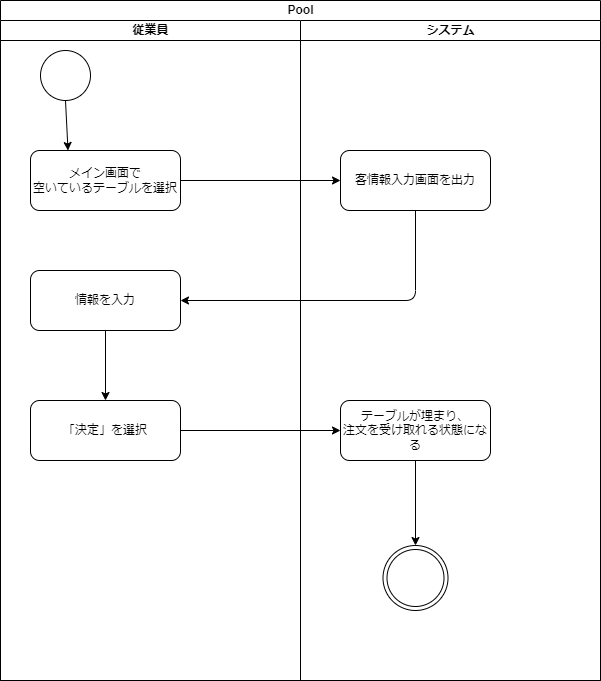
MasakiHiguchi/--- keeps this draw.io diagram as psp4/アクティビティ図_新規客.drawio.png. Above is the earlier version. Source tidied: cells renumbered, new cells last; positions are measured from the earlier drawing's top-left corner, leaving out a move shared by most shapes. Its diagram source:
```xml
<mxGraphModel>
  <root>
    <mxCell id="0" />
    <mxCell id="1" parent="0" />
    <mxCell id="2" value="Pool" style="swimlane;startSize=20;html=1;" parent="1" vertex="1">
      <mxGeometry width="600" height="680" as="geometry" />
    </mxCell>
    <mxCell id="3" value="従業員" style="swimlane;startSize=20;html=1;" parent="2" vertex="1">
      <mxGeometry y="20" width="300" height="660" as="geometry" />
    </mxCell>
    <mxCell id="4" style="ellipse;whiteSpace=wrap;html=1;" parent="3" vertex="1">
      <mxGeometry x="40" y="30" width="50" height="50" as="geometry" />
    </mxCell>
    <mxCell id="5" value="メイン画面で&lt;br&gt;空いているテーブルを選択" style="rounded=1;whiteSpace=wrap;html=1;" parent="3" vertex="1">
      <mxGeometry x="30" y="130" width="150" height="60" as="geometry" />
    </mxCell>
    <mxCell id="6" style="endArrow=classic;html=1;exitX=0.5;exitY=1;exitDx=0;exitDy=0;entryX=0.25;entryY=0;entryDx=0;entryDy=0;" parent="3" edge="1" source="4" target="5">
      <mxGeometry relative="1" as="geometry" />
    </mxCell>
    <mxCell id="7" value="情報を入力" style="rounded=1;whiteSpace=wrap;html=1;" parent="3" vertex="1">
      <mxGeometry x="30" y="250" width="150" height="60" as="geometry" />
    </mxCell>
    <mxCell id="8" value="「決定」を選択" style="rounded=1;whiteSpace=wrap;html=1;" parent="3" vertex="1">
      <mxGeometry x="30" y="380" width="150" height="60" as="geometry" />
    </mxCell>
    <mxCell id="9" style="endArrow=classic;html=1;entryX=0.5;entryY=0;entryDx=0;entryDy=0;exitX=0.5;exitY=1;exitDx=0;exitDy=0;" parent="3" edge="1" source="7" target="8">
      <mxGeometry relative="1" as="geometry" />
    </mxCell>
    <mxCell id="10" value="システム" style="swimlane;startSize=20;html=1;" parent="2" vertex="1">
      <mxGeometry x="300" y="20" width="300" height="660" as="geometry" />
    </mxCell>
    <mxCell id="11" value="客情報入力画面を出力" style="rounded=1;whiteSpace=wrap;html=1;" parent="10" vertex="1">
      <mxGeometry x="40" y="130" width="150" height="60" as="geometry" />
    </mxCell>
    <mxCell id="12" value="テーブルが埋まり、&lt;br&gt;注文を受け取れる状態になる" style="rounded=1;whiteSpace=wrap;html=1;" parent="10" vertex="1">
      <mxGeometry x="40" y="380" width="150" height="60" as="geometry" />
    </mxCell>
    <mxCell id="13" style="ellipse;shape=doubleEllipse;whiteSpace=wrap;html=1;" parent="10" vertex="1">
      <mxGeometry x="82.5" y="525" width="65" height="65" as="geometry" />
    </mxCell>
    <mxCell id="14" style="endArrow=classic;html=1;exitX=0.5;exitY=1;exitDx=0;exitDy=0;entryX=0.5;entryY=0;entryDx=0;entryDy=0;" parent="10" edge="1" source="12" target="13">
      <mxGeometry relative="1" as="geometry" />
    </mxCell>
    <mxCell id="15" style="endArrow=classic;html=1;exitX=0.5;exitY=1;exitDx=0;exitDy=0;entryX=1;entryY=0.5;entryDx=0;entryDy=0;" parent="2" edge="1" source="11" target="7">
      <mxGeometry relative="1" as="geometry">
        <Array as="points">
          <mxPoint x="415" y="300" />
        </Array>
      </mxGeometry>
    </mxCell>
    <mxCell id="16" style="endArrow=classic;html=1;exitX=1;exitY=0.5;exitDx=0;exitDy=0;entryX=0;entryY=0.5;entryDx=0;entryDy=0;" parent="2" edge="1" source="8" target="12">
      <mxGeometry relative="1" as="geometry" />
    </mxCell>
    <mxCell id="17" style="endArrow=classic;html=1;exitX=1;exitY=0.5;exitDx=0;exitDy=0;" parent="1" edge="1" source="5">
      <mxGeometry relative="1" as="geometry">
        <mxPoint x="340" y="180" as="targetPoint" />
      </mxGeometry>
    </mxCell>
  </root>
</mxGraphModel>
```
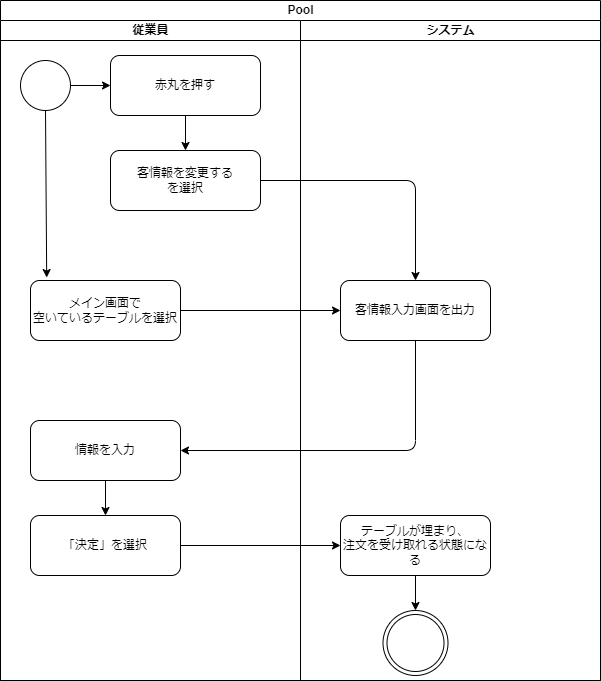
Above is the later version.

Commit message:
赤丸選択した条件を追加

The edit, as a diff of the source:
```diff
@@ -9,34 +9,46 @@
       <mxGeometry y="20" width="300" height="660" as="geometry" />
     </mxCell>
     <mxCell id="4" style="ellipse;whiteSpace=wrap;html=1;" parent="3" vertex="1">
-      <mxGeometry x="40" y="30" width="50" height="50" as="geometry" />
+      <mxGeometry x="20" y="40" width="50" height="50" as="geometry" />
     </mxCell>
     <mxCell id="5" value="メイン画面で&lt;br&gt;空いているテーブルを選択" style="rounded=1;whiteSpace=wrap;html=1;" parent="3" vertex="1">
-      <mxGeometry x="30" y="130" width="150" height="60" as="geometry" />
+      <mxGeometry x="30" y="260" width="150" height="60" as="geometry" />
     </mxCell>
-    <mxCell id="6" style="endArrow=classic;html=1;exitX=0.5;exitY=1;exitDx=0;exitDy=0;entryX=0.25;entryY=0;entryDx=0;entryDy=0;" parent="3" edge="1" source="4" target="5">
+    <mxCell id="6" style="endArrow=classic;html=1;exitX=0.5;exitY=1;exitDx=0;exitDy=0;entryX=0.108;entryY=-0.049;entryDx=0;entryDy=0;entryPerimeter=0;" parent="3" edge="1" source="4" target="5">
       <mxGeometry relative="1" as="geometry" />
     </mxCell>
     <mxCell id="7" value="情報を入力" style="rounded=1;whiteSpace=wrap;html=1;" parent="3" vertex="1">
-      <mxGeometry x="30" y="250" width="150" height="60" as="geometry" />
+      <mxGeometry x="30" y="400" width="150" height="60" as="geometry" />
     </mxCell>
     <mxCell id="8" value="「決定」を選択" style="rounded=1;whiteSpace=wrap;html=1;" parent="3" vertex="1">
-      <mxGeometry x="30" y="380" width="150" height="60" as="geometry" />
+      <mxGeometry x="30" y="495" width="150" height="60" as="geometry" />
     </mxCell>
     <mxCell id="9" style="endArrow=classic;html=1;entryX=0.5;entryY=0;entryDx=0;entryDy=0;exitX=0.5;exitY=1;exitDx=0;exitDy=0;" parent="3" edge="1" source="7" target="8">
       <mxGeometry relative="1" as="geometry" />
     </mxCell>
+    <mxCell id="18" value="赤丸を押す" style="rounded=1;whiteSpace=wrap;html=1;" parent="3" vertex="1">
+      <mxGeometry x="110" y="35" width="150" height="60" as="geometry" />
+    </mxCell>
+    <mxCell id="19" style="endArrow=classic;html=1;exitX=1;exitY=0.5;exitDx=0;exitDy=0;entryX=0;entryY=0.5;entryDx=0;entryDy=0;" parent="3" edge="1" source="4" target="18">
+      <mxGeometry relative="1" as="geometry" />
+    </mxCell>
+    <mxCell id="20" value="客情報を変更する&lt;br&gt;を選択" style="rounded=1;whiteSpace=wrap;html=1;" parent="3" vertex="1">
+      <mxGeometry x="110" y="130" width="150" height="60" as="geometry" />
+    </mxCell>
+    <mxCell id="21" style="endArrow=classic;html=1;exitX=0.5;exitY=1;exitDx=0;exitDy=0;entryX=0.5;entryY=0;entryDx=0;entryDy=0;" parent="3" edge="1" source="18" target="20">
+      <mxGeometry relative="1" as="geometry" />
+    </mxCell>
     <mxCell id="10" value="システム" style="swimlane;startSize=20;html=1;" parent="2" vertex="1">
       <mxGeometry x="300" y="20" width="300" height="660" as="geometry" />
     </mxCell>
     <mxCell id="11" value="客情報入力画面を出力" style="rounded=1;whiteSpace=wrap;html=1;" parent="10" vertex="1">
-      <mxGeometry x="40" y="130" width="150" height="60" as="geometry" />
+      <mxGeometry x="40" y="260" width="150" height="60" as="geometry" />
     </mxCell>
     <mxCell id="12" value="テーブルが埋まり、&lt;br&gt;注文を受け取れる状態になる" style="rounded=1;whiteSpace=wrap;html=1;" parent="10" vertex="1">
-      <mxGeometry x="40" y="380" width="150" height="60" as="geometry" />
+      <mxGeometry x="40" y="495" width="150" height="60" as="geometry" />
     </mxCell>
     <mxCell id="13" style="ellipse;shape=doubleEllipse;whiteSpace=wrap;html=1;" parent="10" vertex="1">
-      <mxGeometry x="82.5" y="525" width="65" height="65" as="geometry" />
+      <mxGeometry x="82.5" y="590" width="65" height="65" as="geometry" />
     </mxCell>
     <mxCell id="14" style="endArrow=classic;html=1;exitX=0.5;exitY=1;exitDx=0;exitDy=0;entryX=0.5;entryY=0;entryDx=0;entryDy=0;" parent="10" edge="1" source="12" target="13">
       <mxGeometry relative="1" as="geometry" />
@@ -44,17 +56,22 @@
     <mxCell id="15" style="endArrow=classic;html=1;exitX=0.5;exitY=1;exitDx=0;exitDy=0;entryX=1;entryY=0.5;entryDx=0;entryDy=0;" parent="2" edge="1" source="11" target="7">
       <mxGeometry relative="1" as="geometry">
         <Array as="points">
-          <mxPoint x="415" y="300" />
+          <mxPoint x="415" y="450" />
         </Array>
       </mxGeometry>
     </mxCell>
     <mxCell id="16" style="endArrow=classic;html=1;exitX=1;exitY=0.5;exitDx=0;exitDy=0;entryX=0;entryY=0.5;entryDx=0;entryDy=0;" parent="2" edge="1" source="8" target="12">
       <mxGeometry relative="1" as="geometry" />
     </mxCell>
-    <mxCell id="17" style="endArrow=classic;html=1;exitX=1;exitY=0.5;exitDx=0;exitDy=0;" parent="1" edge="1" source="5">
-      <mxGeometry relative="1" as="geometry">
-        <mxPoint x="340" y="180" as="targetPoint" />
-      </mxGeometry>
+    <mxCell id="17" style="endArrow=classic;html=1;exitX=1;exitY=0.5;exitDx=0;exitDy=0;entryX=0;entryY=0.5;entryDx=0;entryDy=0;" parent="2" edge="1" source="5" target="11">
+      <mxGeometry relative="1" as="geometry" />
     </mxCell>
+    <mxCell id="22" style="endArrow=classic;html=1;exitX=1;exitY=0.5;exitDx=0;exitDy=0;entryX=0.5;entryY=0;entryDx=0;entryDy=0;" parent="2" edge="1" source="20" target="11">
+      <mxGeometry relative="1" as="geometry">
+        <Array as="points">
+          <mxPoint x="415" y="180" />
+        </Array>
+      </mxGeometry>
+    </mxCell>
   </root>
 </mxGraphModel>
```
